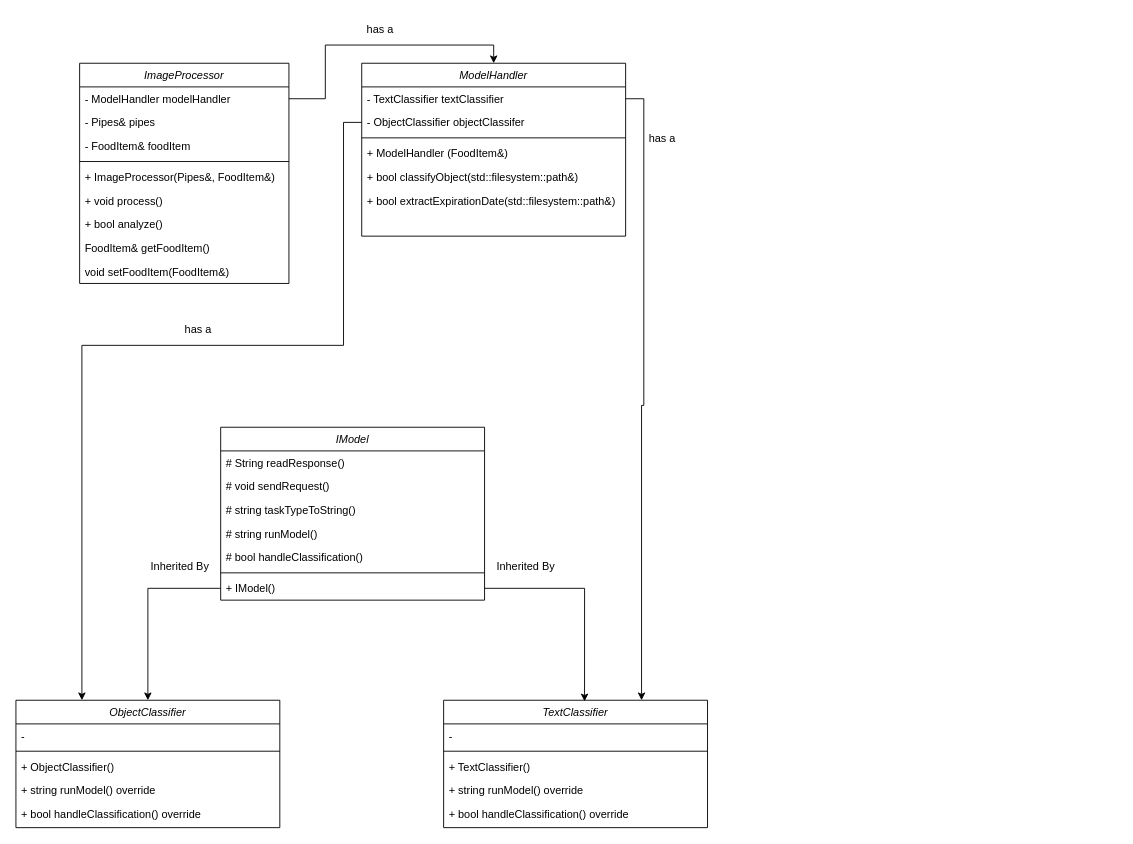
Earlier version of the draw.io diagram vision/diagrams/Vision_Classes.drawio (ECE-PIN/raspi-yolo). Source tidied: cells renumbered, new cells numbered last; positions are measured from the earlier drawing's top-left corner, leaving out a move shared by most shapes. Both pictures are drawn from the tidied source at 91%, with x=0, y=0 at pixel (15, 15).
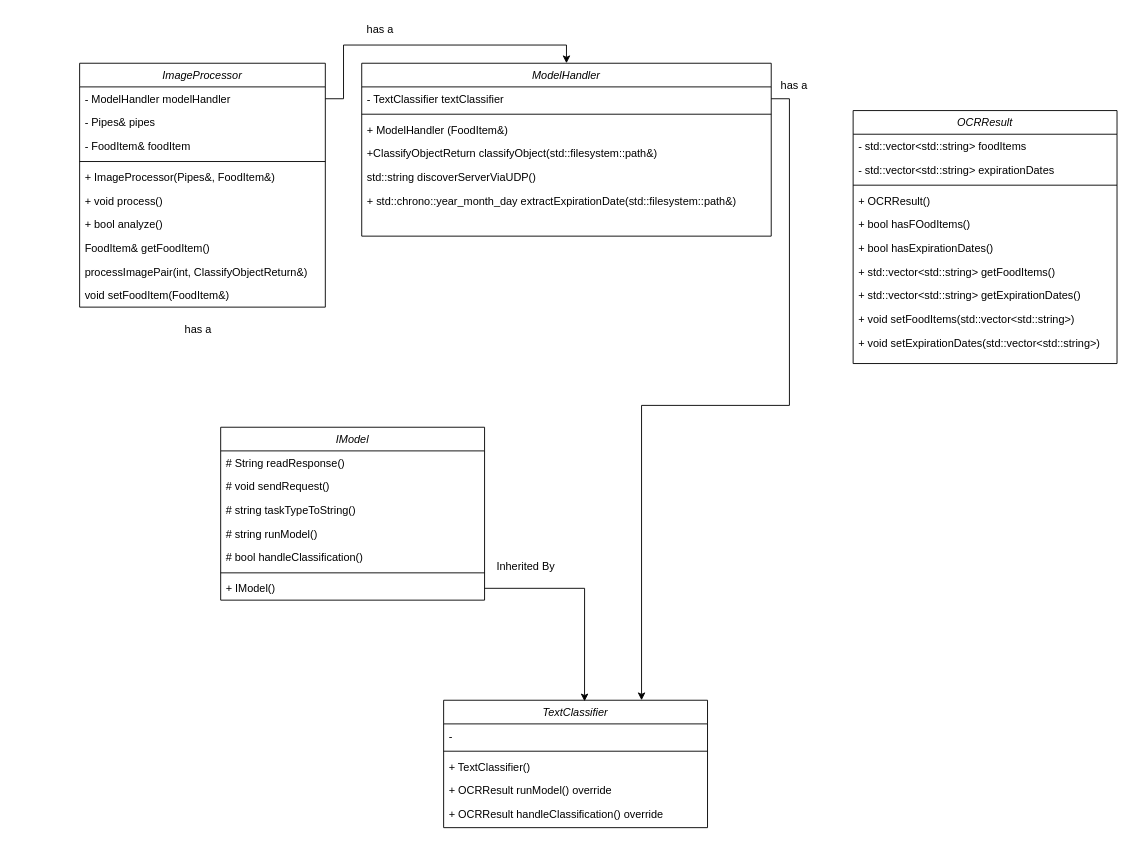
The same diagram, later.

Unchanged cells that the change refers to:
```xml
<mxCell id="26" value="TextClassifier" style="swimlane;fontStyle=2;align=center;verticalAlign=top;horizontal=1;startSize=26;rounded=0;shadow=0;strokeWidth=1;" parent="1" vertex="1">
  <mxGeometry x="470" y="752" width="290" height="140" as="geometry" />
</mxCell>
<mxCell id="39" value="+ IModel()" style="text;align=left;verticalAlign=top;spacingLeft=4;spacingRight=4;overflow=hidden;points=[[0,0.5],[1,0.5]];portConstraint=eastwest;" parent="32" vertex="1">
  <mxGeometry y="164" width="290" height="26" as="geometry" />
</mxCell>
```

Change to the diagram source:
```diff
@@
     <mxCell id="2" value="ImageProcessor" style="swimlane;fontStyle=2;align=center;verticalAlign=top;horizontal=1;startSize=26;rounded=0;shadow=0;strokeWidth=1;" parent="1" vertex="1">
-      <mxGeometry x="70" y="52" width="230" height="242" as="geometry" />
+      <mxGeometry x="70" y="52" width="270" height="268" as="geometry" />
     </mxCell>
     <mxCell id="3" value="- ModelHandler modelHandler" style="text;align=left;verticalAlign=top;spacingLeft=4;spacingRight=4;overflow=hidden;points=[[0,0.5],[1,0.5]];portConstraint=eastwest;" parent="2" vertex="1">
-      <mxGeometry y="26" width="230" height="26" as="geometry" />
+      <mxGeometry y="26" width="270" height="26" as="geometry" />
     </mxCell>
     <mxCell id="4" value="- Pipes&amp; pipes" style="text;align=left;verticalAlign=top;spacingLeft=4;spacingRight=4;overflow=hidden;rounded=0;shadow=0;html=0;" parent="2" vertex="1">
-      <mxGeometry y="52" width="230" height="26" as="geometry" />
+      <mxGeometry y="52" width="270" height="26" as="geometry" />
     </mxCell>
     <mxCell id="5" value="- FoodItem&amp; foodItem" style="text;align=left;verticalAlign=top;spacingLeft=4;spacingRight=4;overflow=hidden;rounded=0;shadow=0;html=0;" parent="2" vertex="1">
-      <mxGeometry y="78" width="230" height="26" as="geometry" />
+      <mxGeometry y="78" width="270" height="26" as="geometry" />
     </mxCell>
     <mxCell id="6" style="line;html=1;strokeWidth=1;align=left;verticalAlign=middle;spacingTop=-1;spacingLeft=3;spacingRight=3;labelPosition=right;" parent="2" vertex="1">
-      <mxGeometry y="104" width="230" height="8" as="geometry" />
+      <mxGeometry y="104" width="270" height="8" as="geometry" />
     </mxCell>
     <mxCell id="7" value="+ ImageProcessor(Pipes&amp;, FoodItem&amp;)" style="text;align=left;verticalAlign=top;spacingLeft=4;spacingRight=4;overflow=hidden;" parent="2" vertex="1">
-      <mxGeometry y="112" width="230" height="26" as="geometry" />
+      <mxGeometry y="112" width="270" height="26" as="geometry" />
     </mxCell>
     <mxCell id="8" value="+ void process()" style="text;align=left;verticalAlign=top;spacingLeft=4;spacingRight=4;overflow=hidden;" parent="2" vertex="1">
-      <mxGeometry y="138" width="230" height="26" as="geometry" />
+      <mxGeometry y="138" width="270" height="26" as="geometry" />
     </mxCell>
     <mxCell id="9" value="+ bool analyze()" style="text;align=left;verticalAlign=top;spacingLeft=4;spacingRight=4;overflow=hidden;" parent="2" vertex="1">
-      <mxGeometry y="164" width="230" height="26" as="geometry" />
+      <mxGeometry y="164" width="270" height="26" as="geometry" />
     </mxCell>
     <mxCell id="10" value="FoodItem&amp; getFoodItem()" style="text;align=left;verticalAlign=top;spacingLeft=4;spacingRight=4;overflow=hidden;" parent="2" vertex="1">
-      <mxGeometry y="190" width="230" height="26" as="geometry" />
+      <mxGeometry y="190" width="270" height="26" as="geometry" />
     </mxCell>
-    <mxCell id="11" value="void setFoodItem(FoodItem&amp;)" style="text;align=left;verticalAlign=top;spacingLeft=4;spacingRight=4;overflow=hidden;" parent="2" vertex="1">
-      <mxGeometry y="216" width="230" height="26" as="geometry" />
-    </mxCell>
+    <mxCell id="50" value="processImagePair(int, ClassifyObjectReturn&amp;)" style="text;align=left;verticalAlign=top;spacingLeft=4;spacingRight=4;overflow=hidden;" parent="2" vertex="1">
+      <mxGeometry y="216" width="270" height="26" as="geometry" />
+    </mxCell>
     <mxCell id="12" value="ModelHandler" style="swimlane;fontStyle=2;align=center;verticalAlign=top;horizontal=1;startSize=26;rounded=0;shadow=0;strokeWidth=1;" parent="1" vertex="1">
-      <mxGeometry x="380" y="52" width="290" height="190" as="geometry" />
+      <mxGeometry x="380" y="52" width="450" height="190" as="geometry" />
     </mxCell>
     <mxCell id="13" value="- TextClassifier textClassifier" style="text;align=left;verticalAlign=top;spacingLeft=4;spacingRight=4;overflow=hidden;points=[[0,0.5],[1,0.5]];portConstraint=eastwest;rounded=0;shadow=0;html=0;" parent="12" vertex="1">
-      <mxGeometry y="26" width="290" height="26" as="geometry" />
+      <mxGeometry y="26" width="450" height="26" as="geometry" />
     </mxCell>
-    <mxCell id="14" value="- ObjectClassifier objectClassifer" style="text;align=left;verticalAlign=top;spacingLeft=4;spacingRight=4;overflow=hidden;points=[[0,0.5],[1,0.5]];portConstraint=eastwest;rounded=0;shadow=0;html=0;" parent="12" vertex="1">
-      <mxGeometry y="52" width="290" height="26" as="geometry" />
-    </mxCell>
     <mxCell id="15" style="line;html=1;strokeWidth=1;align=left;verticalAlign=middle;spacingTop=-1;spacingLeft=3;spacingRight=3;labelPosition=right;" parent="12" vertex="1">
-      <mxGeometry y="78" width="290" height="8" as="geometry" />
+      <mxGeometry y="52" width="450" height="8" as="geometry" />
     </mxCell>
     <mxCell id="16" value="+ ModelHandler (FoodItem&amp;)" style="text;align=left;verticalAlign=top;spacingLeft=4;spacingRight=4;overflow=hidden;" parent="12" vertex="1">
-      <mxGeometry y="86" width="290" height="26" as="geometry" />
+      <mxGeometry y="60" width="450" height="26" as="geometry" />
     </mxCell>
-    <mxCell id="17" value="+ bool classifyObject(std::filesystem::path&amp;)" style="text;align=left;verticalAlign=top;spacingLeft=4;spacingRight=4;overflow=hidden;" parent="12" vertex="1">
-      <mxGeometry y="112" width="290" height="26" as="geometry" />
+    <mxCell id="17" value="+ClassifyObjectReturn classifyObject(std::filesystem::path&amp;)" style="text;align=left;verticalAlign=top;spacingLeft=4;spacingRight=4;overflow=hidden;" parent="12" vertex="1">
+      <mxGeometry y="86" width="450" height="26" as="geometry" />
     </mxCell>
+    <mxCell id="51" value="std::string discoverServerViaUDP()" style="text;align=left;verticalAlign=top;spacingLeft=4;spacingRight=4;overflow=hidden;" parent="12" vertex="1">
+      <mxGeometry y="112" width="450" height="26" as="geometry" />
+    </mxCell>
-    <mxCell id="18" value="+ bool extractExpirationDate(std::filesystem::path&amp;)" style="text;align=left;verticalAlign=top;spacingLeft=4;spacingRight=4;overflow=hidden;" parent="12" vertex="1">
-      <mxGeometry y="138" width="290" height="26" as="geometry" />
+    <mxCell id="18" value="+ std::chrono::year_month_day extractExpirationDate(std::filesystem::path&amp;)" style="text;align=left;verticalAlign=top;spacingLeft=4;spacingRight=4;overflow=hidden;" parent="12" vertex="1">
+      <mxGeometry y="138" width="450" height="26" as="geometry" />
     </mxCell>
@@
-    <mxCell id="20" value="ObjectClassifier" style="swimlane;fontStyle=2;align=center;verticalAlign=top;horizontal=1;startSize=26;rounded=0;shadow=0;strokeWidth=1;" parent="1" vertex="1">
-      <mxGeometry y="752" width="290" height="140" as="geometry" />
-    </mxCell>
-    <mxCell id="21" value="-" style="text;align=left;verticalAlign=top;spacingLeft=4;spacingRight=4;overflow=hidden;rounded=0;shadow=0;html=0;" parent="20" vertex="1">
-      <mxGeometry y="26" width="290" height="26" as="geometry" />
-    </mxCell>
-    <mxCell id="22" style="line;html=1;strokeWidth=1;align=left;verticalAlign=middle;spacingTop=-1;spacingLeft=3;spacingRight=3;labelPosition=right;" parent="20" vertex="1">
-      <mxGeometry y="52" width="290" height="8" as="geometry" />
-    </mxCell>
-    <mxCell id="23" value="+ ObjectClassifier()" style="text;align=left;verticalAlign=top;spacingLeft=4;spacingRight=4;overflow=hidden;" parent="20" vertex="1">
-      <mxGeometry y="60" width="290" height="26" as="geometry" />
-    </mxCell>
-    <mxCell id="24" value="+ string runModel() override" style="text;align=left;verticalAlign=top;spacingLeft=4;spacingRight=4;overflow=hidden;" parent="20" vertex="1">
-      <mxGeometry y="86" width="290" height="26" as="geometry" />
-    </mxCell>
-    <mxCell id="25" value="+ bool handleClassification() override" style="text;align=left;verticalAlign=top;spacingLeft=4;spacingRight=4;overflow=hidden;" parent="20" vertex="1">
-      <mxGeometry y="112" width="290" height="26" as="geometry" />
-    </mxCell>
@@
-    <mxCell id="30" value="+ string runModel() override" style="text;align=left;verticalAlign=top;spacingLeft=4;spacingRight=4;overflow=hidden;" parent="26" vertex="1">
+    <mxCell id="30" value="+ OCRResult runModel() override" style="text;align=left;verticalAlign=top;spacingLeft=4;spacingRight=4;overflow=hidden;" parent="26" vertex="1">
       <mxGeometry y="86" width="290" height="26" as="geometry" />
     </mxCell>
-    <mxCell id="31" value="+ bool handleClassification() override" style="text;align=left;verticalAlign=top;spacingLeft=4;spacingRight=4;overflow=hidden;" parent="26" vertex="1">
+    <mxCell id="31" value="+ OCRResult handleClassification() override" style="text;align=left;verticalAlign=top;spacingLeft=4;spacingRight=4;overflow=hidden;" parent="26" vertex="1">
       <mxGeometry y="112" width="290" height="26" as="geometry" />
     </mxCell>
@@
-    <mxCell id="40" style="edgeStyle=orthogonalEdgeStyle;rounded=0;jettySize=auto;html=1;entryX=0.5;entryY=0;entryDx=0;entryDy=0;" parent="1" edge="1" source="39" target="20">
-      <mxGeometry relative="1" as="geometry" />
-    </mxCell>
@@
-    <mxCell id="43" value="Inherited By" style="text;html=1;align=center;verticalAlign=middle;strokeColor=none;fillColor=none;" parent="1" vertex="1">
-      <mxGeometry x="135" y="590" width="90" height="30" as="geometry" />
-    </mxCell>
-    <mxCell id="44" style="edgeStyle=orthogonalEdgeStyle;rounded=0;jettySize=auto;html=1;entryX=0.25;entryY=0;entryDx=0;entryDy=0;" parent="1" edge="1" source="14" target="20">
-      <mxGeometry relative="1" as="geometry">
-        <Array as="points">
-          <mxPoint x="360" y="117" />
-          <mxPoint x="360" y="362" />
-          <mxPoint x="73" y="362" />
-        </Array>
-      </mxGeometry>
-    </mxCell>
@@
     <mxCell id="49" value="has a" style="text;html=1;align=center;verticalAlign=middle;strokeColor=none;fillColor=none;" parent="1" vertex="1">
-      <mxGeometry x="685" y="120" width="50" height="30" as="geometry" />
+      <mxGeometry x="830" y="62" width="50" height="30" as="geometry" />
     </mxCell>
+    <mxCell id="11" value="void setFoodItem(FoodItem&amp;)" style="text;align=left;verticalAlign=top;spacingLeft=4;spacingRight=4;overflow=hidden;" parent="1" vertex="1">
+      <mxGeometry x="70" y="294" width="230" height="26" as="geometry" />
+    </mxCell>
+    <mxCell id="52" value="OCRResult" style="swimlane;fontStyle=2;align=center;verticalAlign=top;horizontal=1;startSize=26;rounded=0;shadow=0;strokeWidth=1;" parent="1" vertex="1">
+      <mxGeometry x="920" y="104" width="290" height="278" as="geometry" />
+    </mxCell>
+    <mxCell id="53" value="- std::vector&lt;std::string&gt; foodItems" style="text;align=left;verticalAlign=top;spacingLeft=4;spacingRight=4;overflow=hidden;" parent="52" vertex="1">
+      <mxGeometry y="26" width="290" height="26" as="geometry" />
+    </mxCell>
+    <mxCell id="54" value="- std::vector&lt;std::string&gt; expirationDates" style="text;align=left;verticalAlign=top;spacingLeft=4;spacingRight=4;overflow=hidden;" parent="52" vertex="1">
+      <mxGeometry y="52" width="290" height="26" as="geometry" />
+    </mxCell>
+    <mxCell id="55" style="line;html=1;strokeWidth=1;align=left;verticalAlign=middle;spacingTop=-1;spacingLeft=3;spacingRight=3;labelPosition=right;" parent="52" vertex="1">
+      <mxGeometry y="78" width="290" height="8" as="geometry" />
+    </mxCell>
+    <mxCell id="56" value="+ OCRResult()" style="text;align=left;verticalAlign=top;spacingLeft=4;spacingRight=4;overflow=hidden;" parent="52" vertex="1">
+      <mxGeometry y="86" width="290" height="26" as="geometry" />
+    </mxCell>
+    <mxCell id="57" value="+ bool hasFOodItems()" style="text;align=left;verticalAlign=top;spacingLeft=4;spacingRight=4;overflow=hidden;" parent="52" vertex="1">
+      <mxGeometry y="112" width="290" height="26" as="geometry" />
+    </mxCell>
+    <mxCell id="58" value="+ bool hasExpirationDates()" style="text;align=left;verticalAlign=top;spacingLeft=4;spacingRight=4;overflow=hidden;" parent="52" vertex="1">
+      <mxGeometry y="138" width="290" height="26" as="geometry" />
+    </mxCell>
+    <mxCell id="59" value="+ std::vector&lt;std::string&gt; getFoodItems()" style="text;align=left;verticalAlign=top;spacingLeft=4;spacingRight=4;overflow=hidden;" parent="52" vertex="1">
+      <mxGeometry y="164" width="290" height="26" as="geometry" />
+    </mxCell>
+    <mxCell id="60" value="+ std::vector&lt;std::string&gt; getExpirationDates()" style="text;align=left;verticalAlign=top;spacingLeft=4;spacingRight=4;overflow=hidden;" parent="52" vertex="1">
+      <mxGeometry y="190" width="290" height="26" as="geometry" />
+    </mxCell>
+    <mxCell id="61" value="+ void setFoodItems(std::vector&lt;std::string&gt;)" style="text;align=left;verticalAlign=top;spacingLeft=4;spacingRight=4;overflow=hidden;" parent="52" vertex="1">
+      <mxGeometry y="216" width="290" height="26" as="geometry" />
+    </mxCell>
+    <mxCell id="62" value="+ void setExpirationDates(std::vector&lt;std::string&gt;)" style="text;align=left;verticalAlign=top;spacingLeft=4;spacingRight=4;overflow=hidden;" parent="52" vertex="1">
+      <mxGeometry y="242" width="290" height="26" as="geometry" />
+    </mxCell>
```
